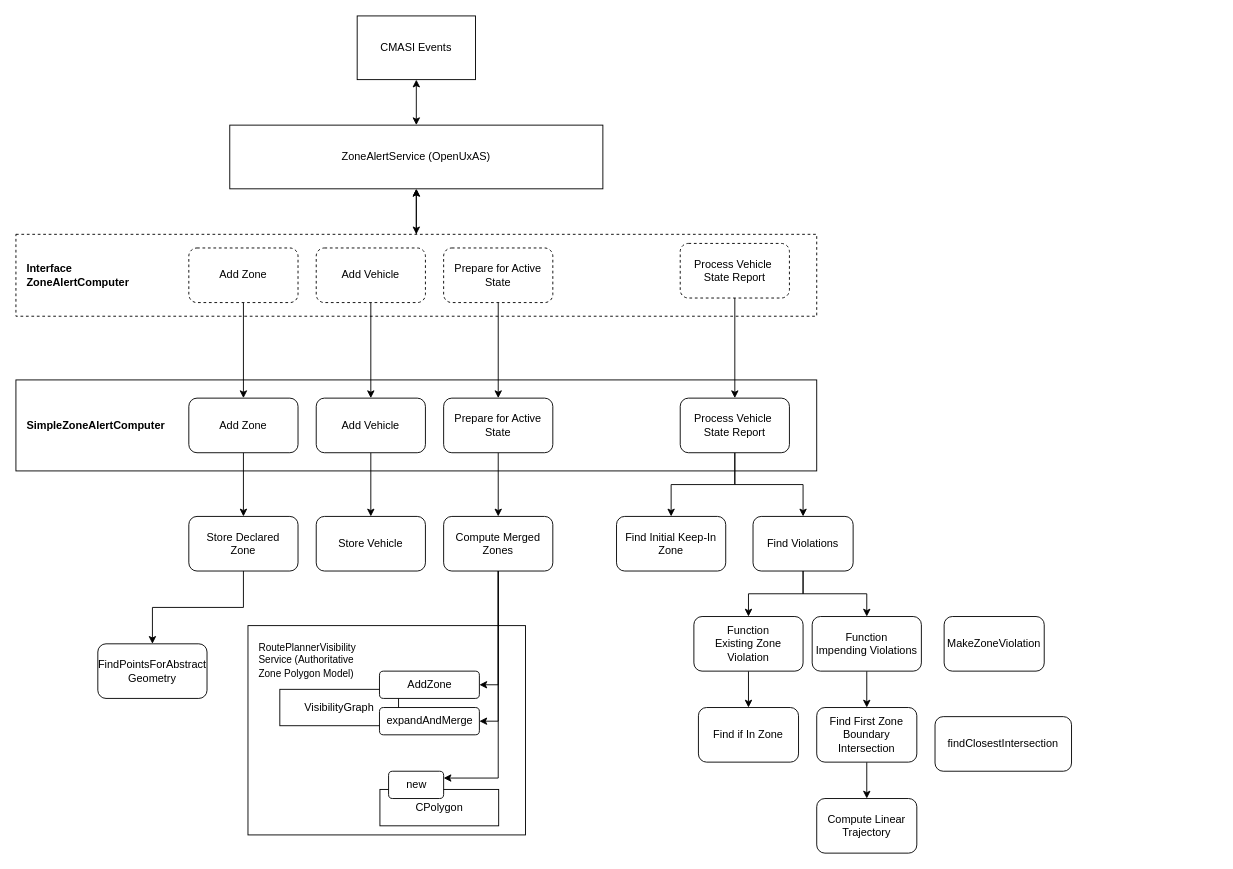
The draw.io diagram doc/assurance/ZoneAlertService/3-Specification/B-Design/basicArchitecture.drawio in jrowanhill/OpenUxAS-ZoneAlert, before the edit. Source tidied: cells renumbered, new cells numbered last; positions are measured from the earlier drawing's top-left corner, leaving out a move shared by most shapes. Both pictures are drawn from the tidied source at 91%, with x=0, y=0 at pixel (15, 15).
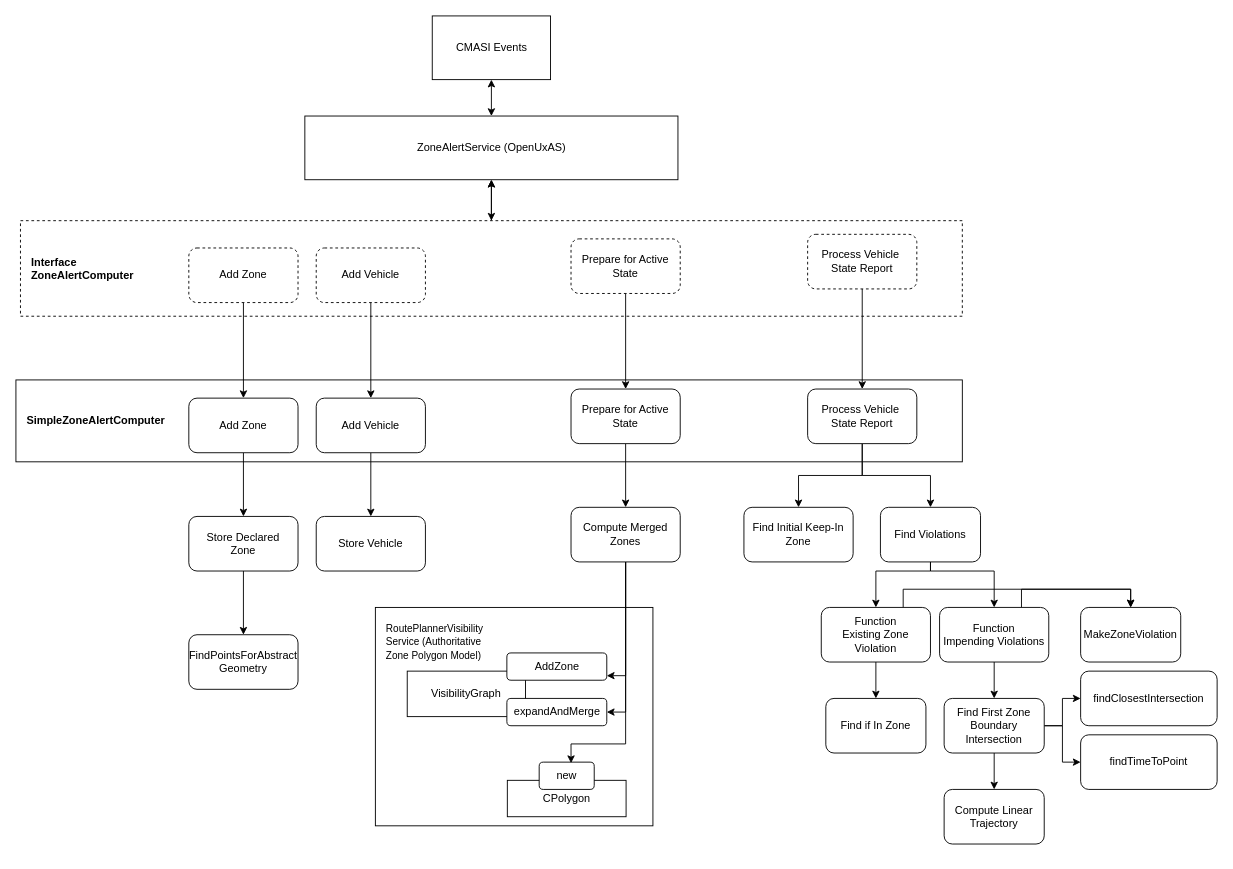
After the change.

Commit message (it also covers changes not shown here):
Finished up initial draft of assurance argument for the Zone Alert Service.

What changed in the source:
```diff
@@
+    <mxCell id="4" style="group;" parent="1" vertex="1">
+      <mxGeometry x="380" y="640" width="320" height="250" as="geometry" />
+    </mxCell>
-    <mxCell id="2" value="&lt;font style=&quot;font-size: 11px;&quot;&gt;RoutePlanner&lt;/font&gt;&lt;span style=&quot;font-size: 11px; background-color: initial;&quot;&gt;Visibility&lt;/span&gt;&lt;div&gt;&lt;span style=&quot;font-size: 11px; background-color: initial;&quot;&gt;Service&amp;nbsp;&lt;/span&gt;&lt;span style=&quot;font-size: 11px; background-color: initial;&quot;&gt;(Authoritative&amp;nbsp;&lt;/span&gt;&lt;/div&gt;&lt;div&gt;&lt;span style=&quot;font-size: 11px; background-color: initial;&quot;&gt;Zone Polygon&amp;nbsp;&lt;/span&gt;&lt;span style=&quot;font-size: 11px; background-color: initial;&quot;&gt;Model)&lt;/span&gt;&lt;/div&gt;" style="rounded=0;whiteSpace=wrap;html=1;align=left;spacing=12;horizontal=1;verticalAlign=top;" parent="1" vertex="1">
-      <mxGeometry x="255" y="670" width="305" height="230" as="geometry" />
+    <mxCell id="2" value="&lt;font style=&quot;font-size: 11px;&quot;&gt;RoutePlanner&lt;/font&gt;&lt;span style=&quot;font-size: 11px; background-color: initial;&quot;&gt;Visibility&lt;/span&gt;&lt;div&gt;&lt;span style=&quot;font-size: 11px; background-color: initial;&quot;&gt;Service&amp;nbsp;&lt;/span&gt;&lt;span style=&quot;font-size: 11px; background-color: initial;&quot;&gt;(Authoritative&amp;nbsp;&lt;/span&gt;&lt;/div&gt;&lt;div&gt;&lt;span style=&quot;font-size: 11px; background-color: initial;&quot;&gt;Zone Polygon&amp;nbsp;&lt;/span&gt;&lt;span style=&quot;font-size: 11px; background-color: initial;&quot;&gt;Model)&lt;/span&gt;&lt;/div&gt;" style="rounded=0;whiteSpace=wrap;html=1;align=left;spacing=12;horizontal=1;verticalAlign=top;" parent="4" vertex="1">
+      <mxGeometry x="15" y="10" width="305" height="240" as="geometry" />
     </mxCell>
-    <mxCell id="3" value="VisibilityGraph" style="rounded=0;whiteSpace=wrap;html=1;" parent="1" vertex="1">
-      <mxGeometry x="290" y="740" width="130.5" height="40" as="geometry" />
+    <mxCell id="3" value="VisibilityGraph" style="rounded=0;whiteSpace=wrap;html=1;" parent="4" vertex="1">
+      <mxGeometry x="50" y="80" width="130" height="50" as="geometry" />
     </mxCell>
-    <mxCell id="4" style="group;" parent="1" vertex="1">
-      <mxGeometry x="385" y="650" width="290" height="200" as="geometry" />
-    </mxCell>
     <mxCell id="5" value="&lt;div&gt;AddZone&lt;/div&gt;" style="rounded=1;whiteSpace=wrap;html=1;" parent="4" vertex="1">
-      <mxGeometry x="14.5" y="70" width="109.8" height="30" as="geometry" />
+      <mxGeometry x="159.5" y="60" width="109.8" height="30" as="geometry" />
     </mxCell>
     <mxCell id="6" value="&lt;div&gt;expandAndMerge&lt;/div&gt;" style="rounded=1;whiteSpace=wrap;html=1;" parent="4" vertex="1">
-      <mxGeometry x="14.5" y="110" width="109.8" height="30" as="geometry" />
+      <mxGeometry x="159.5" y="110" width="109.8" height="30" as="geometry" />
     </mxCell>
+    <mxCell id="53" value="CPolygon" style="rounded=0;whiteSpace=wrap;html=1;" parent="4" vertex="1">
+      <mxGeometry x="160" y="200" width="130.5" height="40" as="geometry" />
+    </mxCell>
+    <mxCell id="54" value="&lt;div&gt;new&lt;/div&gt;" style="rounded=1;whiteSpace=wrap;html=1;" parent="4" vertex="1">
+      <mxGeometry x="195" y="180" width="60.5" height="30" as="geometry" />
+    </mxCell>
     <mxCell id="7" value="&lt;b&gt;SimpleZoneAlertComputer&lt;/b&gt;" style="rounded=0;whiteSpace=wrap;html=1;align=left;spacing=12;" parent="1" vertex="1">
-      <mxGeometry y="400" width="880" height="100" as="geometry" />
+      <mxGeometry y="400" width="1040" height="90" as="geometry" />
     </mxCell>
@@
     <mxCell id="9" value="ZoneAlertService (OpenUxAS)" style="rounded=0;whiteSpace=wrap;html=1;" parent="1" vertex="1">
-      <mxGeometry x="235" y="120" width="410" height="70" as="geometry" />
+      <mxGeometry x="317.5" y="110" width="410" height="70" as="geometry" />
     </mxCell>
@@
     <mxCell id="11" value="CMASI Events" style="rounded=0;whiteSpace=wrap;html=1;" parent="1" vertex="1">
-      <mxGeometry x="375" width="130" height="70" as="geometry" />
+      <mxGeometry x="457.5" width="130" height="70" as="geometry" />
     </mxCell>
@@
     <mxCell id="13" value="&lt;div&gt;&lt;b&gt;Interface&amp;nbsp;&lt;/b&gt;&lt;/div&gt;&lt;div&gt;&lt;span style=&quot;background-color: initial;&quot;&gt;&lt;b&gt;ZoneAlertComputer&lt;/b&gt;&lt;/span&gt;&lt;br&gt;&lt;/div&gt;" style="rounded=0;whiteSpace=wrap;html=1;dashed=1;align=left;spacing=12;" parent="1" vertex="1">
-      <mxGeometry y="240" width="880" height="90" as="geometry" />
+      <mxGeometry x="5" y="225" width="1035" height="105" as="geometry" />
     </mxCell>
@@
+    <mxCell id="55" style="edgeStyle=orthogonalEdgeStyle;rounded=0;jettySize=auto;html=1;exitX=0.75;exitY=0;exitDx=0;exitDy=0;entryX=0.5;entryY=0;entryDx=0;entryDy=0;" parent="1" edge="1" source="18" target="50">
+      <mxGeometry relative="1" as="geometry" />
+    </mxCell>
     <mxCell id="18" value="Function&lt;div&gt;Impending Violations&lt;/div&gt;" style="rounded=1;whiteSpace=wrap;html=1;" parent="1" vertex="1">
-      <mxGeometry x="875" y="660" width="120" height="60" as="geometry" />
+      <mxGeometry x="1015" y="650" width="120" height="60" as="geometry" />
     </mxCell>
@@
+    <mxCell id="56" style="edgeStyle=orthogonalEdgeStyle;rounded=0;jettySize=auto;html=1;exitX=0.75;exitY=0;exitDx=0;exitDy=0;entryX=0.5;entryY=0;entryDx=0;entryDy=0;" parent="1" edge="1" source="22" target="50">
+      <mxGeometry relative="1" as="geometry">
+        <Array as="points">
+          <mxPoint x="975" y="630" />
+          <mxPoint x="1225" y="630" />
+        </Array>
+      </mxGeometry>
+    </mxCell>
     <mxCell id="22" value="Function&lt;div&gt;Existing Zone Violation&lt;/div&gt;" style="rounded=1;whiteSpace=wrap;html=1;" parent="1" vertex="1">
-      <mxGeometry x="745" y="660" width="120" height="60" as="geometry" />
+      <mxGeometry x="885" y="650" width="120" height="60" as="geometry" />
     </mxCell>
     <mxCell id="23" style="edgeStyle=orthogonalEdgeStyle;rounded=0;jettySize=auto;html=1;exitX=0.5;exitY=1;exitDx=0;exitDy=0;entryX=0.5;entryY=0;entryDx=0;entryDy=0;" parent="1" edge="1" source="25" target="22">
-      <mxGeometry relative="1" as="geometry" />
+      <mxGeometry relative="1" as="geometry">
+        <Array as="points">
+          <mxPoint x="1005" y="610" />
+          <mxPoint x="945" y="610" />
+        </Array>
+      </mxGeometry>
     </mxCell>
     <mxCell id="24" style="edgeStyle=orthogonalEdgeStyle;rounded=0;jettySize=auto;html=1;exitX=0.5;exitY=1;exitDx=0;exitDy=0;entryX=0.5;entryY=0;entryDx=0;entryDy=0;" parent="1" edge="1" source="25" target="18">
-      <mxGeometry relative="1" as="geometry" />
+      <mxGeometry relative="1" as="geometry">
+        <Array as="points">
+          <mxPoint x="1005" y="610" />
+          <mxPoint x="1075" y="610" />
+        </Array>
+      </mxGeometry>
     </mxCell>
     <mxCell id="25" value="Find Violations" style="rounded=1;whiteSpace=wrap;html=1;" parent="1" vertex="1">
-      <mxGeometry x="810" y="550" width="110" height="60" as="geometry" />
+      <mxGeometry x="950" y="540" width="110" height="60" as="geometry" />
     </mxCell>
     <mxCell id="26" value="Find Initial Keep-In Zone" style="rounded=1;whiteSpace=wrap;html=1;" parent="1" vertex="1">
-      <mxGeometry x="660" y="550" width="120" height="60" as="geometry" />
+      <mxGeometry x="800" y="540" width="120" height="60" as="geometry" />
     </mxCell>
@@
     <mxCell id="29" value="Process Vehicle&amp;nbsp;&lt;div&gt;State Report&lt;/div&gt;" style="rounded=1;whiteSpace=wrap;html=1;" parent="1" vertex="1">
-      <mxGeometry x="730" y="420" width="120" height="60" as="geometry" />
+      <mxGeometry x="870" y="410" width="120" height="60" as="geometry" />
     </mxCell>
     <mxCell id="30" value="Compute Linear&lt;div&gt;Trajectory&lt;/div&gt;" style="rounded=1;whiteSpace=wrap;html=1;" parent="1" vertex="1">
-      <mxGeometry x="880" y="860" width="110" height="60" as="geometry" />
+      <mxGeometry x="1020" y="850" width="110" height="60" as="geometry" />
     </mxCell>
@@
+    <mxCell id="57" style="edgeStyle=orthogonalEdgeStyle;rounded=0;jettySize=auto;html=1;exitX=1;exitY=0.5;exitDx=0;exitDy=0;entryX=0;entryY=0.5;entryDx=0;entryDy=0;" parent="1" edge="1" source="32" target="52">
+      <mxGeometry relative="1" as="geometry" />
+    </mxCell>
+    <mxCell id="58" style="edgeStyle=orthogonalEdgeStyle;rounded=0;jettySize=auto;html=1;exitX=1;exitY=0.5;exitDx=0;exitDy=0;entryX=0;entryY=0.5;entryDx=0;entryDy=0;" parent="1" edge="1" source="32" target="59">
+      <mxGeometry relative="1" as="geometry" />
+    </mxCell>
     <mxCell id="32" value="Find First Zone Boundary Intersection" style="rounded=1;whiteSpace=wrap;html=1;" parent="1" vertex="1">
-      <mxGeometry x="880" y="760" width="110" height="60" as="geometry" />
+      <mxGeometry x="1020" y="750" width="110" height="60" as="geometry" />
     </mxCell>
     <mxCell id="33" value="Find if In Zone" style="rounded=1;whiteSpace=wrap;html=1;" parent="1" vertex="1">
-      <mxGeometry x="750" y="760" width="110" height="60" as="geometry" />
+      <mxGeometry x="890" y="750" width="110" height="60" as="geometry" />
     </mxCell>
-    <mxCell id="34" style="edgeStyle=orthogonalEdgeStyle;rounded=0;jettySize=auto;html=1;exitX=0.5;exitY=1;exitDx=0;exitDy=0;entryX=1;entryY=0.5;entryDx=0;entryDy=0;" parent="1" edge="1" source="37" target="5">
+    <mxCell id="34" style="edgeStyle=orthogonalEdgeStyle;rounded=0;jettySize=auto;html=1;exitX=0.5;exitY=1;exitDx=0;exitDy=0;entryX=1;entryY=0.5;entryDx=0;entryDy=0;" parent="1" edge="1" source="37">
       <mxGeometry relative="1" as="geometry">
+        <mxPoint x="649.3" y="725" as="targetPoint" />
         <Array as="points">
-          <mxPoint x="530" y="735" />
+          <mxPoint x="670" y="725" />
         </Array>
       </mxGeometry>
     </mxCell>
-    <mxCell id="35" style="edgeStyle=orthogonalEdgeStyle;rounded=0;jettySize=auto;html=1;exitX=0.5;exitY=1;exitDx=0;exitDy=0;entryX=1;entryY=0.5;entryDx=0;entryDy=0;" parent="1" edge="1" source="37" target="6">
+    <mxCell id="35" style="edgeStyle=orthogonalEdgeStyle;rounded=0;jettySize=auto;html=1;exitX=0.5;exitY=1;exitDx=0;exitDy=0;entryX=1;entryY=0.5;entryDx=0;entryDy=0;" parent="1" edge="1" source="37">
       <mxGeometry relative="1" as="geometry">
+        <mxPoint x="649.3" y="765" as="targetPoint" />
         <Array as="points">
-          <mxPoint x="530" y="775" />
+          <mxPoint x="670" y="765" />
         </Array>
       </mxGeometry>
     </mxCell>
-    <mxCell id="36" style="edgeStyle=orthogonalEdgeStyle;rounded=0;jettySize=auto;html=1;exitX=0.5;exitY=1;exitDx=0;exitDy=0;entryX=1;entryY=0.25;entryDx=0;entryDy=0;" parent="1" edge="1" source="37" target="54">
-      <mxGeometry relative="1" as="geometry" />
+    <mxCell id="36" style="edgeStyle=orthogonalEdgeStyle;rounded=0;jettySize=auto;html=1;exitX=0.5;exitY=1;exitDx=0;exitDy=0;entryX=0.579;entryY=0.037;entryDx=0;entryDy=0;entryPerimeter=0;" parent="1" edge="1" source="37" target="54">
+      <mxGeometry relative="1" as="geometry">
+        <Array as="points">
+          <mxPoint x="670" y="800" />
+          <mxPoint x="610" y="800" />
+        </Array>
+      </mxGeometry>
     </mxCell>
     <mxCell id="37" value="Compute Merged Zones" style="rounded=1;whiteSpace=wrap;html=1;" parent="1" vertex="1">
-      <mxGeometry x="470" y="550" width="120" height="60" as="geometry" />
+      <mxGeometry x="610" y="540" width="120" height="60" as="geometry" />
     </mxCell>
     <mxCell id="38" value="Prepare for Active State" style="rounded=1;whiteSpace=wrap;html=1;" parent="1" vertex="1">
-      <mxGeometry x="470" y="420" width="120" height="60" as="geometry" />
+      <mxGeometry x="610" y="410" width="120" height="60" as="geometry" />
     </mxCell>
@@
     <mxCell id="47" value="Prepare for Active&lt;div&gt;State&lt;/div&gt;" style="rounded=1;whiteSpace=wrap;html=1;dashed=1;" parent="1" vertex="1">
-      <mxGeometry x="470" y="255" width="120" height="60" as="geometry" />
+      <mxGeometry x="610" y="245" width="120" height="60" as="geometry" />
     </mxCell>
@@
     <mxCell id="49" value="Process Vehicle&amp;nbsp;&lt;div&gt;State Report&lt;/div&gt;" style="rounded=1;whiteSpace=wrap;html=1;dashed=1;" parent="1" vertex="1">
-      <mxGeometry x="730" y="250" width="120" height="60" as="geometry" />
+      <mxGeometry x="870" y="240" width="120" height="60" as="geometry" />
     </mxCell>
     <mxCell id="50" value="MakeZoneViolation" style="rounded=1;whiteSpace=wrap;html=1;" parent="1" vertex="1">
-      <mxGeometry x="1020" y="660" width="110" height="60" as="geometry" />
+      <mxGeometry x="1170" y="650" width="110" height="60" as="geometry" />
     </mxCell>
     <mxCell id="51" value="&lt;div&gt;FindPointsForAbstract&lt;/div&gt;&lt;div&gt;Geometry&lt;/div&gt;" style="rounded=1;whiteSpace=wrap;html=1;" parent="1" vertex="1">
-      <mxGeometry x="90" y="690" width="120" height="60" as="geometry" />
+      <mxGeometry x="190" y="680" width="120" height="60" as="geometry" />
     </mxCell>
     <mxCell id="52" value="&lt;div&gt;findClosestIntersection&lt;/div&gt;" style="rounded=1;whiteSpace=wrap;html=1;" parent="1" vertex="1">
-      <mxGeometry x="1010" y="770" width="150" height="60" as="geometry" />
+      <mxGeometry x="1170" y="720" width="150" height="60" as="geometry" />
     </mxCell>
-    <mxCell id="53" value="CPolygon" style="rounded=0;whiteSpace=wrap;html=1;" parent="1" vertex="1">
-      <mxGeometry x="400" y="850" width="130.5" height="40" as="geometry" />
-    </mxCell>
-    <mxCell id="54" value="&lt;div&gt;new&lt;/div&gt;" style="rounded=1;whiteSpace=wrap;html=1;" parent="1" vertex="1">
-      <mxGeometry x="409.5" y="830" width="60.5" height="30" as="geometry" />
-    </mxCell>
+    <mxCell id="59" value="&lt;div&gt;findTimeToPoint&lt;/div&gt;" style="rounded=1;whiteSpace=wrap;html=1;" parent="1" vertex="1">
+      <mxGeometry x="1170" y="790" width="150" height="60" as="geometry" />
+    </mxCell>
```
